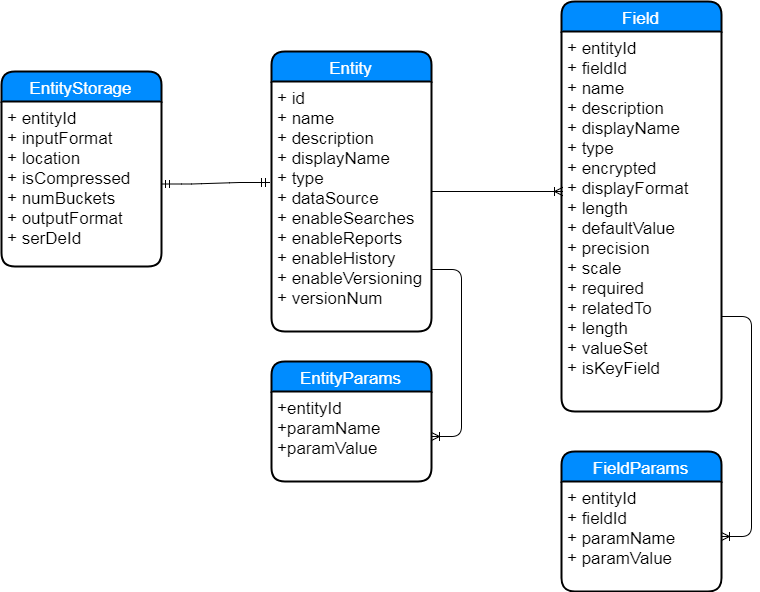
Earlier version of the draw.io export entity.png (sandhyaagarwal/diagrams). Source tidied: cells renumbered, new cells last; positions are measured from the earlier drawing's top-left corner, leaving out a move shared by most shapes.
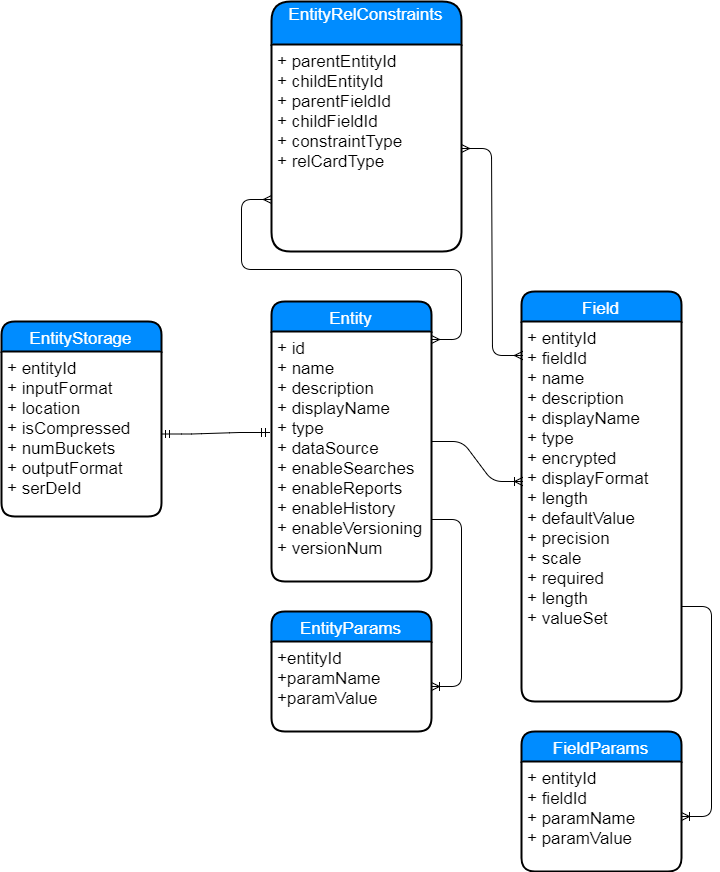
After the commit.

What changed in the source:
```diff
@@ -21,7 +21,7 @@
       <mxGeometry relative="1" as="geometry" />
     </mxCell>
     <mxCell id="8" value="FieldParams" style="swimlane;horizontal=1;startSize=30;fillColor=#008cff;fontColor=#FFFFFF;rounded=1;fontSize=17;fontStyle=0;strokeWidth=2;shadow=0;dashed=0;align=center;" parent="1" vertex="1">
-      <mxGeometry x="560" y="450" width="160" height="140" as="geometry" />
+      <mxGeometry x="520" y="480" width="160" height="140" as="geometry" />
     </mxCell>
     <mxCell id="9" value="+ entityId &#10;+ fieldId&#10;+ paramName&#10;+ paramValue" style="align=left;strokeColor=none;fillColor=none;spacingLeft=4;fontSize=17;verticalAlign=top;" parent="8" vertex="1">
       <mxGeometry y="30" width="160" height="110" as="geometry" />
@@ -30,9 +30,9 @@
       <mxGeometry relative="1" as="geometry" />
     </mxCell>
     <mxCell id="11" value="Field" style="swimlane;horizontal=1;startSize=30;fillColor=#008cff;fontColor=#FFFFFF;rounded=1;fontSize=17;fontStyle=0;strokeWidth=2;shadow=0;dashed=0;align=center;" parent="1" vertex="1">
-      <mxGeometry x="560" width="160" height="410" as="geometry" />
+      <mxGeometry x="520" y="40" width="160" height="410" as="geometry" />
     </mxCell>
-    <mxCell id="12" value="+ entityId&#10;+ fieldId&#10;+ name&#10;+ description&#10;+ displayName&#10;+ type&#10;+ encrypted&#10;+ displayFormat&#10;+ length&#10;+ defaultValue&#10;+ precision&#10;+ scale&#10;+ required&#10;+ relatedTo&#10;+ length&#10;+ valueSet&#10;+ isKeyField" style="align=left;strokeColor=none;fillColor=none;spacingLeft=4;fontSize=17;verticalAlign=top;" parent="11" vertex="1">
+    <mxCell id="12" value="+ entityId&#10;+ fieldId&#10;+ name&#10;+ description&#10;+ displayName&#10;+ type&#10;+ encrypted&#10;+ displayFormat&#10;+ length&#10;+ defaultValue&#10;+ precision&#10;+ scale&#10;+ required&#10;+ length&#10;+ valueSet&#10;" style="align=left;strokeColor=none;fillColor=none;spacingLeft=4;fontSize=17;verticalAlign=top;" parent="11" vertex="1">
       <mxGeometry y="30" width="160" height="380" as="geometry" />
     </mxCell>
     <mxCell id="13" style="edgeStyle=entityRelationEdgeStyle;html=1;endArrow=ERmandOne;startArrow=ERmandOne;entryX=-0.012;entryY=0.404;entryPerimeter=0;" parent="1" edge="1" source="15" target="3">
@@ -44,5 +44,19 @@
     <mxCell id="15" value="+ entityId&#10;+ inputFormat&#10;+ location&#10;+ isCompressed&#10;+ numBuckets&#10;+ outputFormat&#10;+ serDeId" style="align=left;strokeColor=none;fillColor=none;spacingLeft=4;fontSize=17;verticalAlign=top;" parent="14" vertex="1">
       <mxGeometry y="30" width="160" height="165" as="geometry" />
     </mxCell>
+    <mxCell id="16" value="EntityRelConstraints&#10;" style="swimlane;horizontal=1;startSize=43;fillColor=#008cff;fontColor=#FFFFFF;rounded=1;fontSize=17;fontStyle=0;strokeWidth=2;shadow=0;dashed=0;align=center;" parent="1" vertex="1">
+      <mxGeometry x="270" y="-250" width="190" height="250" as="geometry" />
+    </mxCell>
+    <mxCell id="17" value="+ parentEntityId&#10;+ childEntityId&#10;+ parentFieldId&#10;+ childFieldId&#10;+ constraintType&#10;+ relCardType" style="align=left;strokeColor=none;fillColor=none;spacingLeft=4;fontSize=17;verticalAlign=top;" parent="16" vertex="1">
+      <mxGeometry y="43" width="190" height="207" as="geometry" />
+    </mxCell>
+    <mxCell id="18" style="edgeStyle=entityRelationEdgeStyle;html=1;endArrow=ERmany;startArrow=ERmany;entryX=0;entryY=0.75;" parent="1" edge="1" target="17">
+      <mxGeometry relative="1" as="geometry">
+        <mxPoint x="430" y="88" as="sourcePoint" />
+      </mxGeometry>
+    </mxCell>
+    <mxCell id="19" style="edgeStyle=entityRelationEdgeStyle;html=1;endArrow=ERmany;startArrow=ERmany;entryX=0.006;entryY=0.089;entryPerimeter=0;exitX=1;exitY=0.5;" parent="1" edge="1" source="17" target="12">
+      <mxGeometry relative="1" as="geometry" />
+    </mxCell>
   </root>
 </mxGraphModel>
```
